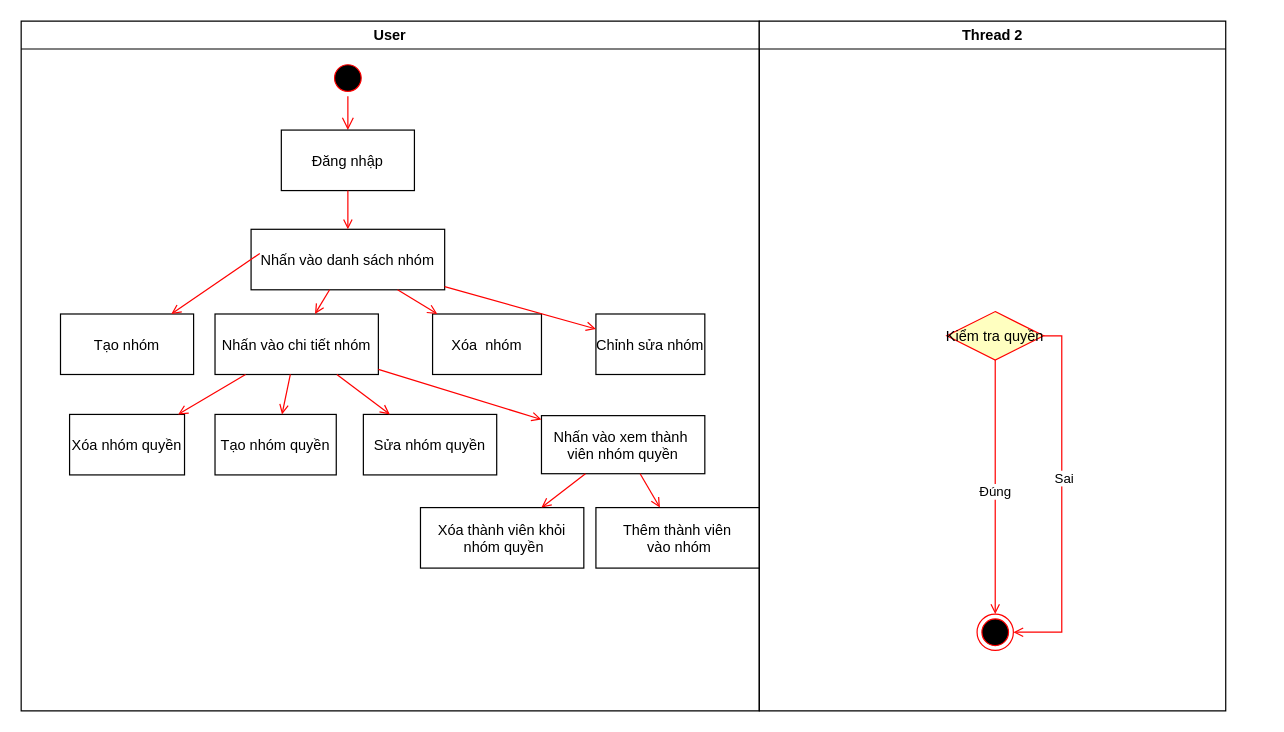
This is BlogProject/BlogProject/PhanQuyenActivity.drawio from TranThanhHoang123/Blog, a draw.io file, before an edit. Source tidied: cells renumbered, new cells numbered last; positions are measured from the earlier drawing's top-left corner, leaving out a move shared by most shapes. Both pictures are drawn from the tidied source at 121%, with x=0, y=0 at pixel (21, 21).
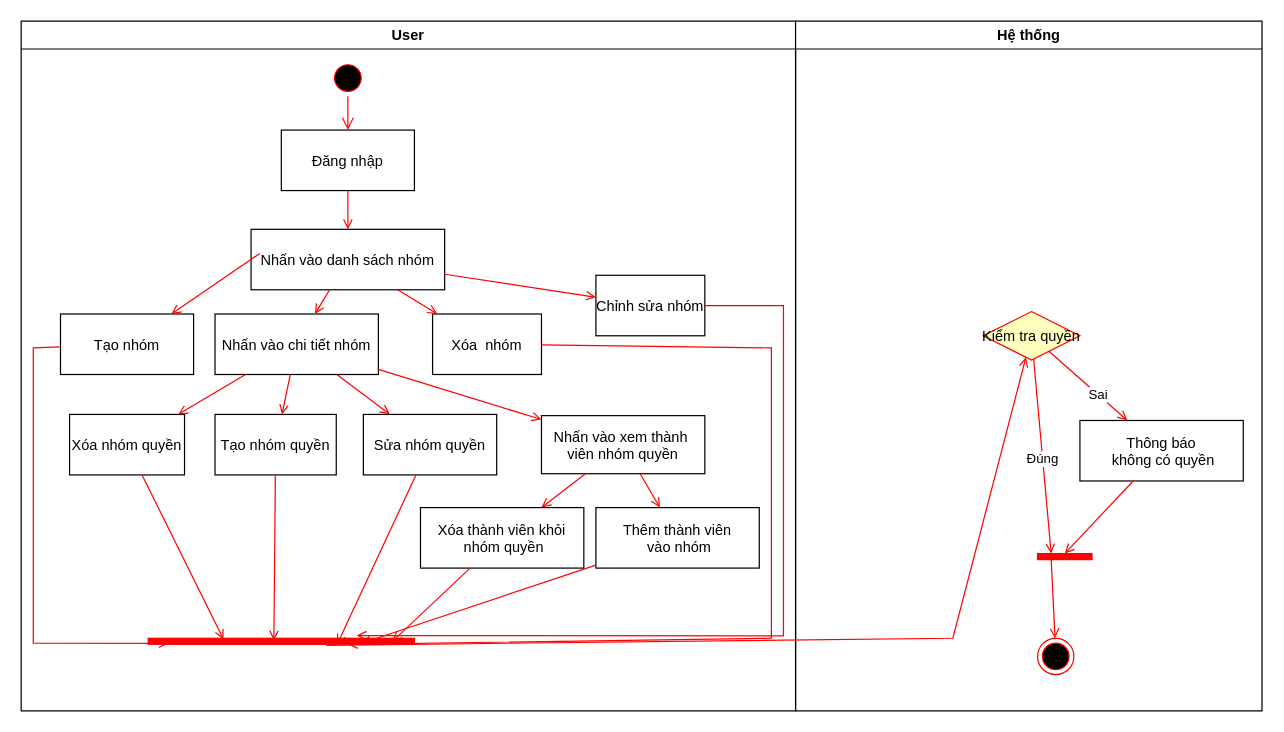
After the change.

Unchanged cells that the change refers to:
```xml
<mxCell id="12" value="Thêm thành viên&#10; vào nhóm" parent="2" vertex="1">
  <mxGeometry x="475" y="402" width="135" height="50" as="geometry" />
</mxCell>
<mxCell id="13" value="Tạo nhóm quyền" parent="2" vertex="1">
  <mxGeometry x="160.2" y="325" width="100.2" height="50" as="geometry" />
</mxCell>
<mxCell id="15" value="Xóa nhóm quyền" parent="2" vertex="1">
  <mxGeometry x="40" y="325" width="95" height="50" as="geometry" />
</mxCell>
<mxCell id="18" value="Xóa thành viên khỏi&#10; nhóm quyền" parent="2" vertex="1">
  <mxGeometry x="330" y="402" width="135" height="50" as="geometry" />
</mxCell>
<mxCell id="20" value="Sửa nhóm quyền" parent="2" vertex="1">
  <mxGeometry x="282.8" y="325" width="110.2" height="50" as="geometry" />
</mxCell>
<mxCell id="22" value="Xóa  nhóm" parent="2" vertex="1">
  <mxGeometry x="340" y="242" width="90" height="50" as="geometry" />
</mxCell>
<mxCell id="26" value="Tạo nhóm" parent="2" vertex="1">
  <mxGeometry x="32.5" y="242" width="110" height="50" as="geometry" />
</mxCell>
<mxCell id="32" value="Kiểm tra quyền" style="rhombus;fillColor=#ffffc0;strokeColor=#ff0000;" parent="28" vertex="1">
  <mxGeometry x="155" y="240" width="80" height="40" as="geometry" />
</mxCell>
```

What changed in the source:
```diff
@@
     <mxCell id="2" value="User" style="swimlane;whiteSpace=wrap;" parent="1" vertex="1">
-      <mxGeometry width="610" height="570" as="geometry" />
+      <mxGeometry width="640" height="570" as="geometry" />
     </mxCell>
@@
     <mxCell id="23" value="Chỉnh sửa nhóm" parent="2" vertex="1">
-      <mxGeometry x="475" y="242" width="90" height="50" as="geometry" />
+      <mxGeometry x="475" y="210" width="90" height="50" as="geometry" />
     </mxCell>
@@
+    <mxCell id="37" style="whiteSpace=wrap;strokeColor=#FF0000;fillColor=#FF0000;direction=south;" parent="2" vertex="1">
+      <mxGeometry x="105" y="510" width="220" height="5" as="geometry" />
+    </mxCell>
+    <mxCell id="38" style="endArrow=open;strokeColor=#FF0000;endFill=1;rounded=0;entryX=0.84;entryY=0.923;entryDx=0;entryDy=0;entryPerimeter=0;" parent="2" edge="1" source="26" target="37">
+      <mxGeometry relative="1" as="geometry">
+        <Array as="points">
+          <mxPoint x="10" y="270" />
+          <mxPoint x="10" y="514" />
+        </Array>
+      </mxGeometry>
+    </mxCell>
+    <mxCell id="39" style="endArrow=open;strokeColor=#FF0000;endFill=1;rounded=0;entryX=0.2;entryY=0.717;entryDx=0;entryDy=0;entryPerimeter=0;" parent="2" edge="1" source="15" target="37">
+      <mxGeometry relative="1" as="geometry" />
+    </mxCell>
+    <mxCell id="40" style="endArrow=open;strokeColor=#FF0000;endFill=1;rounded=0;entryX=0.36;entryY=0.528;entryDx=0;entryDy=0;entryPerimeter=0;" parent="2" edge="1" source="13" target="37">
+      <mxGeometry relative="1" as="geometry" />
+    </mxCell>
+    <mxCell id="41" style="endArrow=open;strokeColor=#FF0000;endFill=1;rounded=0;entryX=1;entryY=0.29;entryDx=0;entryDy=0;entryPerimeter=0;" parent="2" edge="1" source="20" target="37">
+      <mxGeometry relative="1" as="geometry" />
+    </mxCell>
+    <mxCell id="42" style="endArrow=open;strokeColor=#FF0000;endFill=1;rounded=0;entryX=0.52;entryY=0.083;entryDx=0;entryDy=0;entryPerimeter=0;" parent="2" edge="1" source="18" target="37">
+      <mxGeometry relative="1" as="geometry" />
+    </mxCell>
+    <mxCell id="43" style="endArrow=open;strokeColor=#FF0000;endFill=1;rounded=0;entryX=0.84;entryY=0.199;entryDx=0;entryDy=0;entryPerimeter=0;" parent="2" edge="1" source="12" target="37">
+      <mxGeometry relative="1" as="geometry" />
+    </mxCell>
+    <mxCell id="44" style="endArrow=open;strokeColor=#FF0000;endFill=1;rounded=0;entryX=1;entryY=0.25;entryDx=0;entryDy=0;" parent="2" edge="1" source="22" target="37">
+      <mxGeometry relative="1" as="geometry">
+        <Array as="points">
+          <mxPoint x="620" y="270" />
+          <mxPoint x="620" y="510" />
+        </Array>
+      </mxGeometry>
+    </mxCell>
+    <mxCell id="45" style="endArrow=open;strokeColor=#FF0000;endFill=1;rounded=0;entryX=-0.44;entryY=0.217;entryDx=0;entryDy=0;entryPerimeter=0;" parent="2" edge="1" source="23" target="37">
+      <mxGeometry relative="1" as="geometry">
+        <Array as="points">
+          <mxPoint x="630" y="235" />
+          <mxPoint x="630" y="508" />
+        </Array>
+      </mxGeometry>
+    </mxCell>
-    <mxCell id="28" value="Thread 2" style="swimlane;whiteSpace=wrap;" parent="1" vertex="1">
-      <mxGeometry x="610" width="385.5" height="570" as="geometry" />
+    <mxCell id="28" value="Hệ thống" style="swimlane;whiteSpace=wrap;" parent="1" vertex="1">
+      <mxGeometry x="640" width="385.5" height="570" as="geometry" />
     </mxCell>
@@
     <mxCell id="31" style="ellipse;shape=endState;fillColor=#000000;strokeColor=#ff0000;" parent="28" vertex="1">
-      <mxGeometry x="180" y="490" width="30" height="30" as="geometry" />
+      <mxGeometry x="200" y="510" width="30" height="30" as="geometry" />
     </mxCell>
@@
-    <mxCell id="33" style="endArrow=open;strokeColor=#FF0000;endFill=1;rounded=0;" parent="28" edge="1" source="32" target="31">
+    <mxCell id="33" style="endArrow=open;strokeColor=#FF0000;endFill=1;rounded=0;entryX=0;entryY=0.75;entryDx=0;entryDy=0;" parent="28" edge="1" source="32" target="46">
       <mxGeometry relative="1" as="geometry" />
     </mxCell>
@@
-    <mxCell id="35" style="endArrow=open;strokeColor=#FF0000;endFill=1;rounded=0;" parent="28" edge="1" source="32" target="31">
-      <mxGeometry relative="1" as="geometry">
-        <Array as="points">
-          <mxPoint x="250" y="260" />
-          <mxPoint x="250" y="505" />
-        </Array>
-      </mxGeometry>
-    </mxCell>
+    <mxCell id="46" style="whiteSpace=wrap;strokeColor=#FF0000;fillColor=#FF0000;direction=south;" parent="28" vertex="1">
+      <mxGeometry x="200" y="440" width="45" height="5" as="geometry" />
+    </mxCell>
+    <mxCell id="47" value="Thông báo&#10; không có quyền" parent="28" vertex="1">
+      <mxGeometry x="235" y="330" width="135" height="50" as="geometry" />
+    </mxCell>
+    <mxCell id="48" style="endArrow=open;strokeColor=#FF0000;endFill=1;rounded=0;" parent="28" edge="1" source="32" target="47">
+      <mxGeometry relative="1" as="geometry" />
+    </mxCell>
-    <mxCell id="36" value="Sai" style="edgeLabel;html=1;align=center;verticalAlign=middle;" parent="35" vertex="1">
-      <mxGeometry x="-0.12" y="1" relative="1" as="geometry" />
+    <mxCell id="36" value="Sai" style="edgeLabel;html=1;align=center;verticalAlign=middle;" parent="48" vertex="1">
+      <mxGeometry x="0.26" relative="1" as="geometry" />
     </mxCell>
+    <mxCell id="49" style="endArrow=open;strokeColor=#FF0000;endFill=1;rounded=0;entryX=0;entryY=0.5;entryDx=0;entryDy=0;" parent="28" edge="1" source="47" target="46">
+      <mxGeometry relative="1" as="geometry" />
+    </mxCell>
+    <mxCell id="50" style="endArrow=open;strokeColor=#FF0000;endFill=1;rounded=0;exitX=1;exitY=0.75;exitDx=0;exitDy=0;" parent="28" edge="1" source="46" target="31">
+      <mxGeometry relative="1" as="geometry" />
+    </mxCell>
+    <mxCell id="51" style="endArrow=open;strokeColor=#FF0000;endFill=1;rounded=0;exitX=1.16;exitY=0.33;exitDx=0;exitDy=0;exitPerimeter=0;" parent="1" edge="1" source="37" target="32">
+      <mxGeometry relative="1" as="geometry">
+        <Array as="points">
+          <mxPoint x="770" y="510" />
+        </Array>
+      </mxGeometry>
+    </mxCell>
```
